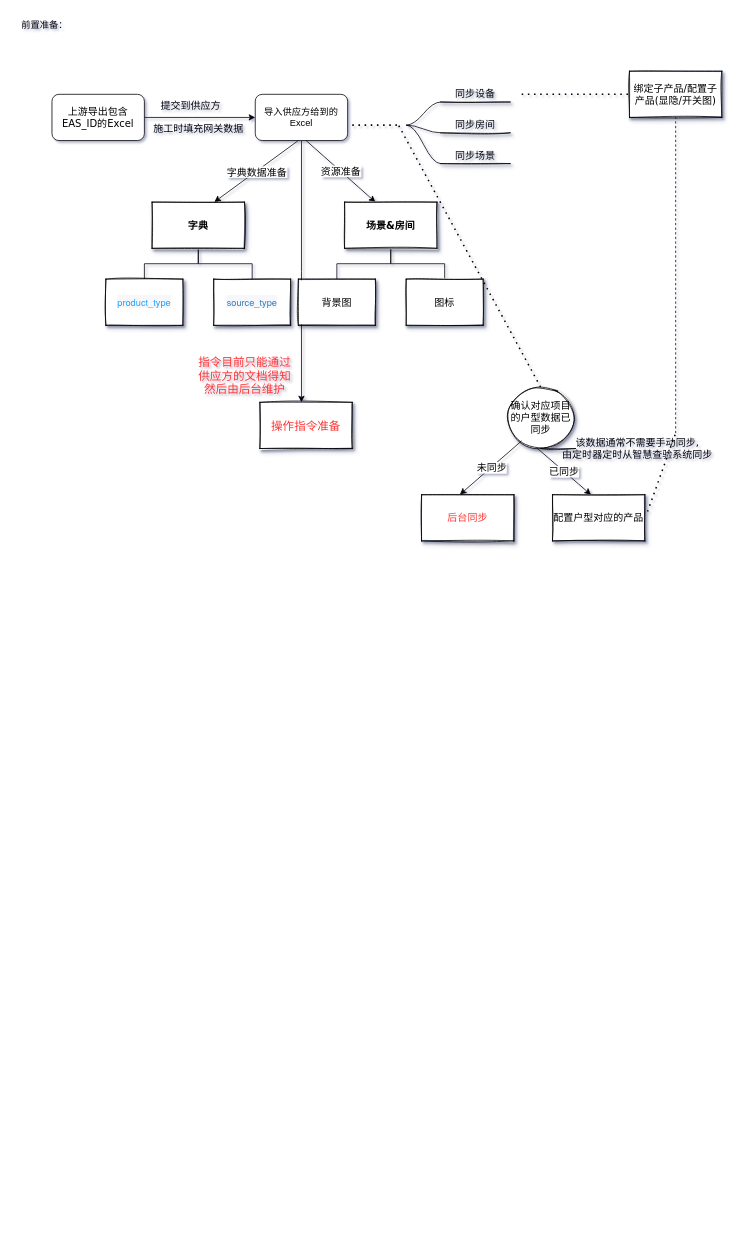
Above: page "第 1 页" (1 of 3) of flowChat.drawio in Navven/Img (draw.io), before the change. Source tidied: cells renumbered, new cells numbered last; positions are measured from the earlier drawing's top-left corner, leaving out a move shared by most shapes. Both pictures are drawn from the tidied source at 77%, with x=0, y=0 at pixel (13, 13).
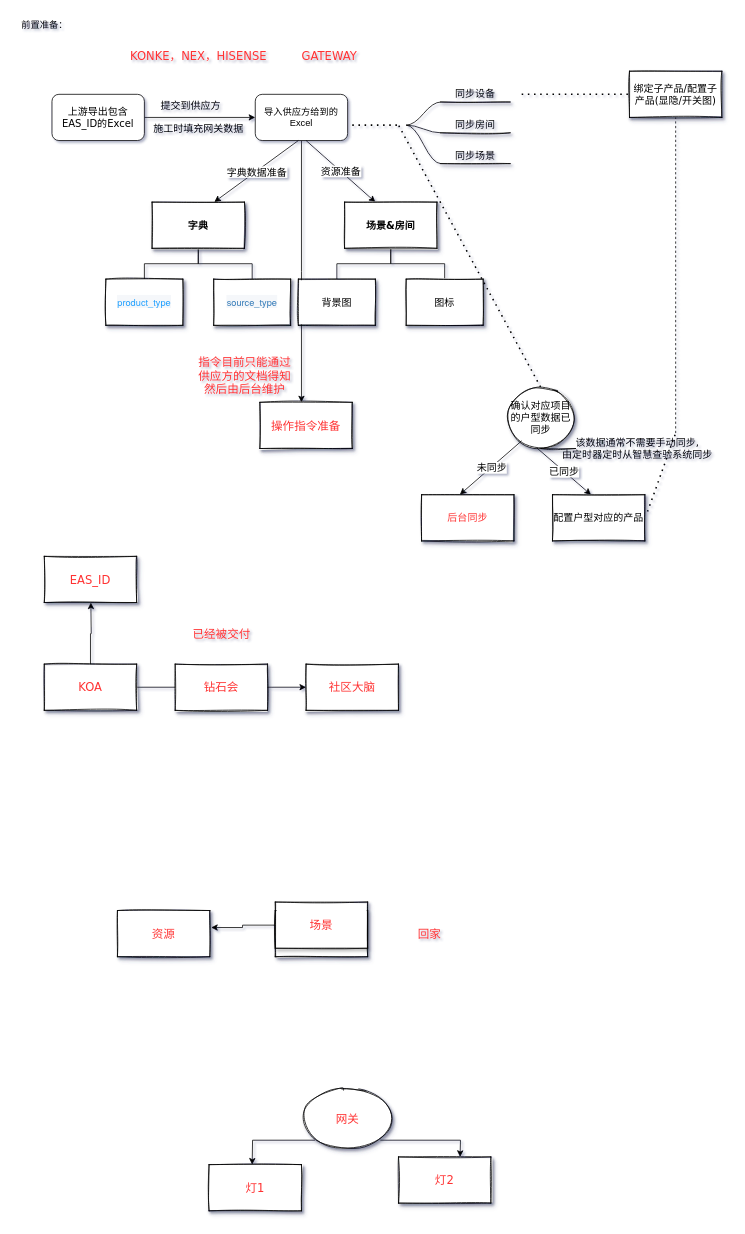
Above is the later version.

The edit, as a diff of the source:
```diff
@@
+    <mxCell id="45" value="社区大脑" style="rounded=0;whiteSpace=wrap;html=1;shadow=1;sketch=1;strokeColor=default;strokeWidth=1;fontFamily=Verdana;fontSize=15;fontColor=#FF3333;" parent="1" vertex="1">
+      <mxGeometry x="380" y="845" width="120" height="60" as="geometry" />
+    </mxCell>
+    <mxCell id="46" style="edgeStyle=orthogonalEdgeStyle;rounded=0;jettySize=auto;html=1;exitX=1;exitY=0.5;exitDx=0;exitDy=0;entryX=0;entryY=0.5;entryDx=0;entryDy=0;fontFamily=Verdana;fontSize=15;fontColor=#FF3333;" parent="1" edge="1" source="48" target="45">
+      <mxGeometry relative="1" as="geometry" />
+    </mxCell>
+    <mxCell id="47" style="edgeStyle=orthogonalEdgeStyle;rounded=0;jettySize=auto;html=1;exitX=0.5;exitY=0;exitDx=0;exitDy=0;fontFamily=Verdana;fontSize=15;fontColor=#FF3333;" parent="1" edge="1" source="48">
+      <mxGeometry relative="1" as="geometry">
+        <mxPoint x="100.5" y="765" as="targetPoint" />
+      </mxGeometry>
+    </mxCell>
+    <mxCell id="48" value="KOA" style="rounded=0;whiteSpace=wrap;html=1;shadow=1;sketch=1;strokeColor=default;strokeWidth=1;fontFamily=Verdana;fontSize=15;fontColor=#FF3333;" parent="1" vertex="1">
+      <mxGeometry x="40" y="845" width="120" height="60" as="geometry" />
+    </mxCell>
+    <mxCell id="49" value="钻石会" style="rounded=0;whiteSpace=wrap;html=1;shadow=1;sketch=1;strokeColor=default;strokeWidth=1;fontFamily=Verdana;fontSize=15;fontColor=#FF3333;" parent="1" vertex="1">
+      <mxGeometry x="210" y="845" width="120" height="60" as="geometry" />
+    </mxCell>
+    <mxCell id="50" value="已经被交付" style="text;html=1;align=center;verticalAlign=middle;strokeColor=none;fillColor=none;fontSize=15;fontFamily=Verdana;fontColor=#FF3333;" parent="1" vertex="1">
+      <mxGeometry x="220" y="790" width="100" height="30" as="geometry" />
+    </mxCell>
+    <mxCell id="51" value="EAS_ID" style="rounded=0;whiteSpace=wrap;html=1;shadow=1;sketch=1;strokeColor=default;strokeWidth=1;fontFamily=Verdana;fontSize=15;fontColor=#FF3333;" parent="1" vertex="1">
+      <mxGeometry x="40" y="705" width="120" height="60" as="geometry" />
+    </mxCell>
+    <mxCell id="52" value="KONKE，NEX，HISENSE" style="text;html=1;align=center;verticalAlign=middle;strokeColor=none;fillColor=none;fontSize=15;fontFamily=Verdana;fontColor=#FF3333;" parent="1" vertex="1">
+      <mxGeometry x="135" y="40" width="210" height="30" as="geometry" />
+    </mxCell>
+    <mxCell id="53" value="GATEWAY" style="text;html=1;align=center;verticalAlign=middle;strokeColor=none;fillColor=none;fontSize=15;fontFamily=Verdana;fontColor=#FF3333;" parent="1" vertex="1">
+      <mxGeometry x="360" y="40" width="100" height="30" as="geometry" />
+    </mxCell>
+    <mxCell id="54" style="rounded=0;whiteSpace=wrap;html=1;shadow=1;sketch=1;strokeColor=default;strokeWidth=1;fontFamily=Verdana;fontSize=15;fontColor=#FF3333;" parent="1" vertex="1">
+      <mxGeometry x="340" y="1165" width="120" height="60" as="geometry" />
+    </mxCell>
+    <mxCell id="55" style="edgeStyle=orthogonalEdgeStyle;rounded=0;jettySize=auto;html=1;exitX=0;exitY=0.5;exitDx=0;exitDy=0;entryX=1.014;entryY=0.368;entryDx=0;entryDy=0;entryPerimeter=0;fontFamily=Verdana;fontSize=15;fontColor=#FF3333;" parent="1" edge="1" source="56" target="57">
+      <mxGeometry relative="1" as="geometry" />
+    </mxCell>
+    <mxCell id="56" value="场景" style="rounded=0;whiteSpace=wrap;html=1;shadow=1;sketch=1;strokeColor=default;strokeWidth=1;fontFamily=Verdana;fontSize=15;fontColor=#FF3333;" parent="1" vertex="1">
+      <mxGeometry x="340" y="1154" width="120" height="60" as="geometry" />
+    </mxCell>
+    <mxCell id="57" value="资源" style="rounded=0;whiteSpace=wrap;html=1;shadow=1;sketch=1;strokeColor=default;strokeWidth=1;fontFamily=Verdana;fontSize=15;fontColor=#FF3333;" parent="1" vertex="1">
+      <mxGeometry x="135" y="1165" width="120" height="60" as="geometry" />
+    </mxCell>
+    <mxCell id="58" value="回家" style="text;html=1;align=center;verticalAlign=middle;strokeColor=none;fillColor=none;fontSize=15;fontFamily=Verdana;fontColor=#FF3333;" parent="1" vertex="1">
+      <mxGeometry x="515" y="1180" width="50" height="30" as="geometry" />
+    </mxCell>
+    <mxCell id="59" style="edgeStyle=orthogonalEdgeStyle;rounded=0;jettySize=auto;html=1;exitX=0;exitY=1;exitDx=0;exitDy=0;fontFamily=Verdana;fontSize=15;fontColor=#FF3333;" parent="1" edge="1" source="61">
+      <mxGeometry relative="1" as="geometry">
+        <mxPoint x="310" y="1495" as="targetPoint" />
+      </mxGeometry>
+    </mxCell>
+    <mxCell id="60" style="edgeStyle=orthogonalEdgeStyle;rounded=0;jettySize=auto;html=1;exitX=1;exitY=1;exitDx=0;exitDy=0;fontFamily=Verdana;fontSize=15;fontColor=#FF3333;" parent="1" edge="1" source="61">
+      <mxGeometry relative="1" as="geometry">
+        <mxPoint x="580" y="1485" as="targetPoint" />
+      </mxGeometry>
+    </mxCell>
+    <mxCell id="61" value="网关" style="ellipse;whiteSpace=wrap;html=1;shadow=1;sketch=1;strokeColor=default;strokeWidth=1;fontFamily=Verdana;fontSize=15;fontColor=#FF3333;" parent="1" vertex="1">
+      <mxGeometry x="374" y="1395" width="120" height="80" as="geometry" />
+    </mxCell>
+    <mxCell id="62" value="灯1" style="rounded=0;whiteSpace=wrap;html=1;shadow=1;sketch=1;strokeColor=default;strokeWidth=1;fontFamily=Verdana;fontSize=15;fontColor=#FF3333;" parent="1" vertex="1">
+      <mxGeometry x="254" y="1495" width="120" height="60" as="geometry" />
+    </mxCell>
+    <mxCell id="63" value="灯2" style="rounded=0;whiteSpace=wrap;html=1;shadow=1;sketch=1;strokeColor=default;strokeWidth=1;fontFamily=Verdana;fontSize=15;fontColor=#FF3333;" parent="1" vertex="1">
+      <mxGeometry x="500" y="1485" width="120" height="60" as="geometry" />
+    </mxCell>
```
